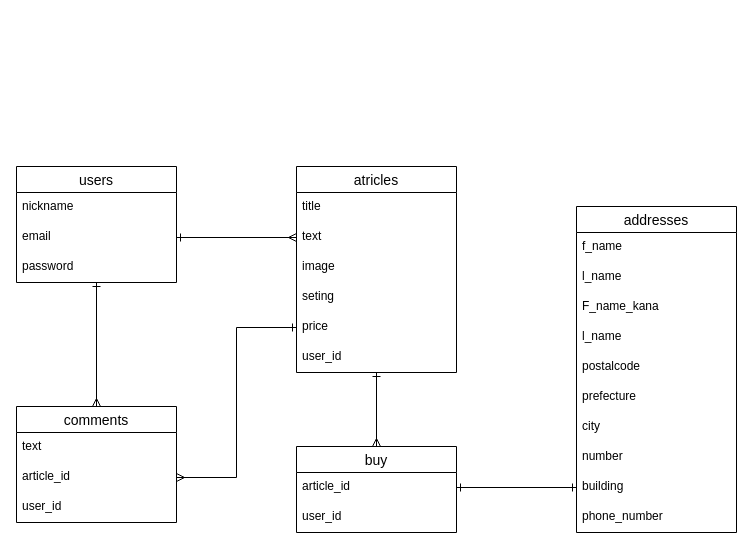
This is ER.dio from hikaruuuuuu/blog-app, a draw.io file, before an edit. Source tidied: cells renumbered, new cells numbered last; positions are measured from the earlier drawing's top-left corner, leaving out a move shared by most shapes. Both pictures are drawn from the tidied source at 100%, with x=0, y=0 at pixel (16, 166).
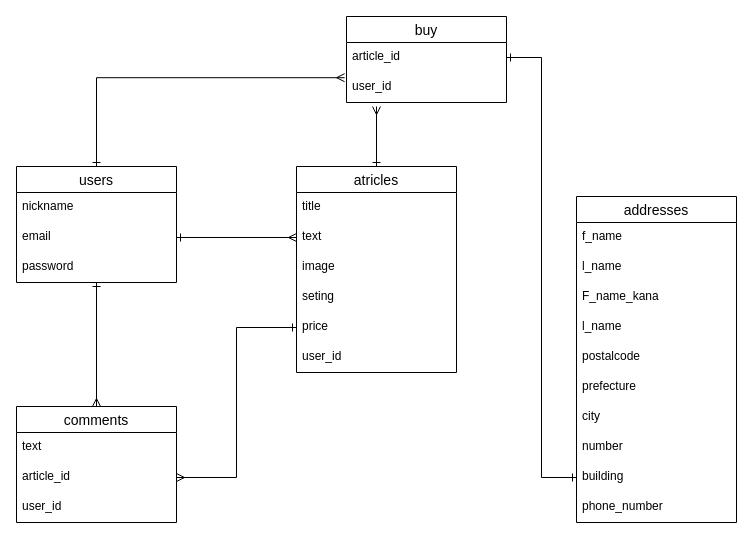
After the change.

Commit message (it also covers changes not shown here):
address table

The change refers to these unchanged cells:
```xml
<mxCell id="3" value="users" style="swimlane;fontStyle=0;horizontal=1;startSize=26;align=center;fontSize=14;" parent="1" vertex="1">
  <mxGeometry width="160" height="116" as="geometry" />
</mxCell>
<mxCell id="8" value="atricles" style="swimlane;fontStyle=0;horizontal=1;startSize=26;align=center;fontSize=14;" parent="1" vertex="1">
  <mxGeometry x="280" width="160" height="206" as="geometry" />
</mxCell>
<mxCell id="21" value="user_id" style="text;strokeColor=none;fillColor=none;spacingLeft=4;spacingRight=4;overflow=hidden;points=[[0,0.5],[1,0.5]];portConstraint=eastwest;fontSize=12;" parent="19" vertex="1">
  <mxGeometry y="56" width="160" height="30" as="geometry" />
</mxCell>
```

Change to the diagram source:
```diff
@@
+    <mxCell id="36" style="edgeStyle=orthogonalEdgeStyle;rounded=0;jettySize=auto;html=1;exitX=0.5;exitY=0;exitDx=0;exitDy=0;entryX=-0.012;entryY=0.173;entryDx=0;entryDy=0;entryPerimeter=0;startArrow=ERone;startFill=0;endArrow=ERmany;endFill=0;" parent="1" edge="1" source="3" target="21">
+      <mxGeometry relative="1" as="geometry" />
+    </mxCell>
@@
-    <mxCell id="7" style="edgeStyle=orthogonalEdgeStyle;rounded=0;jettySize=auto;html=1;startArrow=ERone;startFill=0;endArrow=ERmany;endFill=0;entryX=0.5;entryY=0;entryDx=0;entryDy=0;" parent="1" edge="1" source="8" target="19">
-      <mxGeometry relative="1" as="geometry" />
-    </mxCell>
+    <mxCell id="37" style="edgeStyle=orthogonalEdgeStyle;rounded=0;jettySize=auto;html=1;exitX=0.5;exitY=0;exitDx=0;exitDy=0;startArrow=ERone;startFill=0;endArrow=ERmany;endFill=0;" parent="1" edge="1" source="8">
+      <mxGeometry relative="1" as="geometry">
+        <mxPoint x="360" y="-60" as="targetPoint" />
+      </mxGeometry>
+    </mxCell>
@@
     <mxCell id="19" value="buy" style="swimlane;fontStyle=0;horizontal=1;startSize=26;align=center;fontSize=14;" parent="1" vertex="1">
-      <mxGeometry x="280" y="280" width="160" height="86" as="geometry" />
+      <mxGeometry x="330" y="-150" width="160" height="86" as="geometry" />
     </mxCell>
@@
     <mxCell id="22" value="addresses" style="swimlane;fontStyle=0;horizontal=1;startSize=26;align=center;fontSize=14;" parent="1" vertex="1">
-      <mxGeometry x="560" y="40" width="160" height="326" as="geometry" />
+      <mxGeometry x="560" y="30" width="160" height="326" as="geometry" />
     </mxCell>
```
